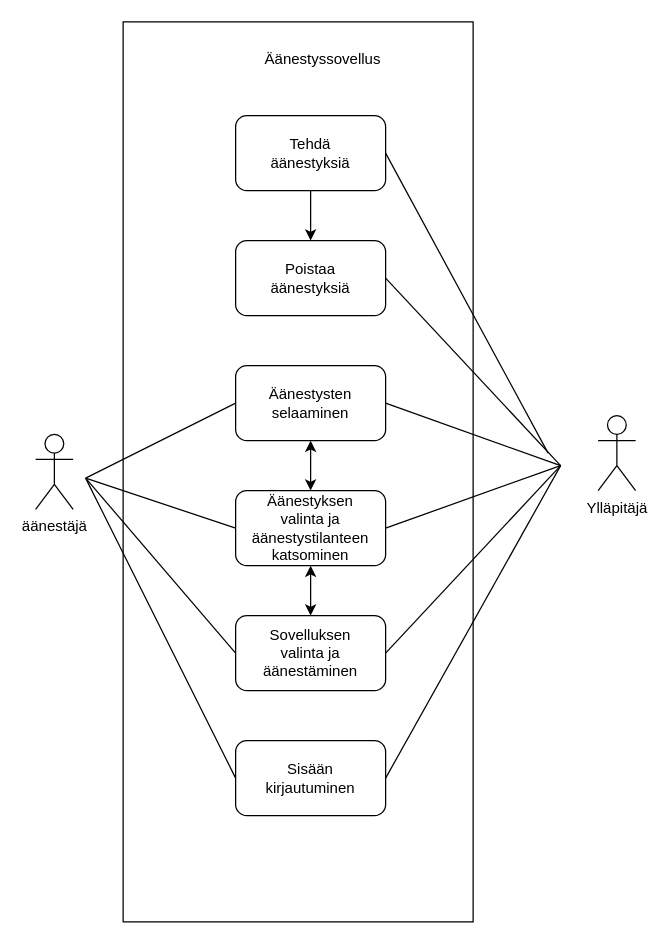
This is Use Case -kaavion piirtäminen #662.drawio from HyytJani/Use-Case--kaavion-piirt-minen-662-, a draw.io file, before an edit. Source tidied: cells renumbered, new cells numbered last; positions are measured from the earlier drawing's top-left corner, leaving out a move shared by most shapes. Both pictures are drawn from the tidied source at 125%, with x=0, y=0 at pixel (35, 21).
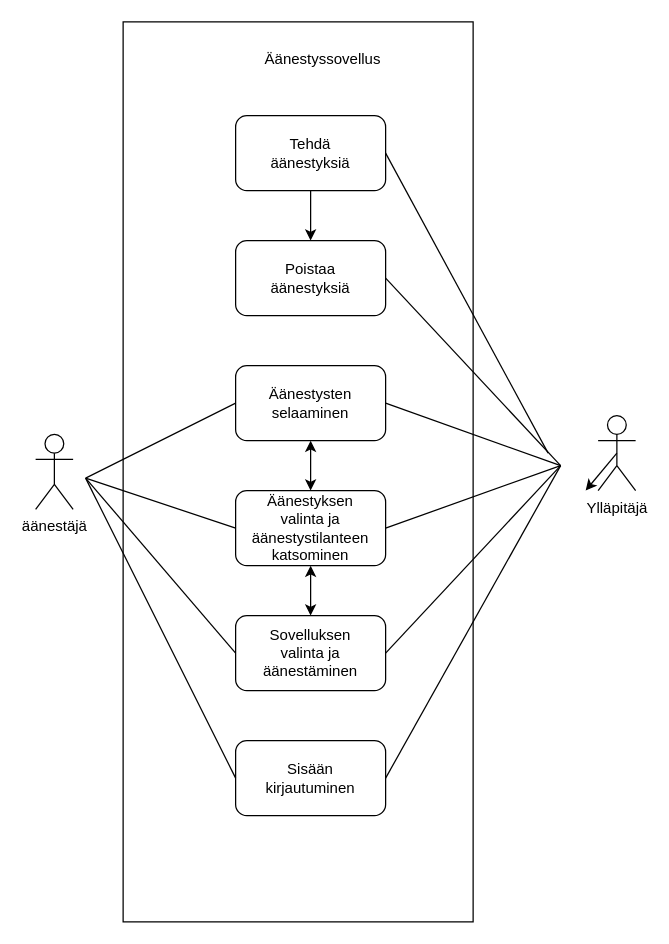
After the change.

The change refers to these unchanged cells:
```xml
<mxCell id="2" value="Ylläpitäjä" style="shape=umlActor;verticalLabelPosition=bottom;verticalAlign=top;html=1;outlineConnect=0;" parent="1" vertex="1">
  <mxGeometry x="450" y="315" width="30" height="60" as="geometry" />
</mxCell>
```

Diff of the diagram source:
```diff
@@
+    <mxCell id="32" style="edgeStyle=none;html=1;exitX=0.5;exitY=0.5;exitDx=0;exitDy=0;exitPerimeter=0;" parent="1" edge="1" source="2">
+      <mxGeometry relative="1" as="geometry">
+        <mxPoint x="440" y="375" as="targetPoint" />
+      </mxGeometry>
+    </mxCell>
```
